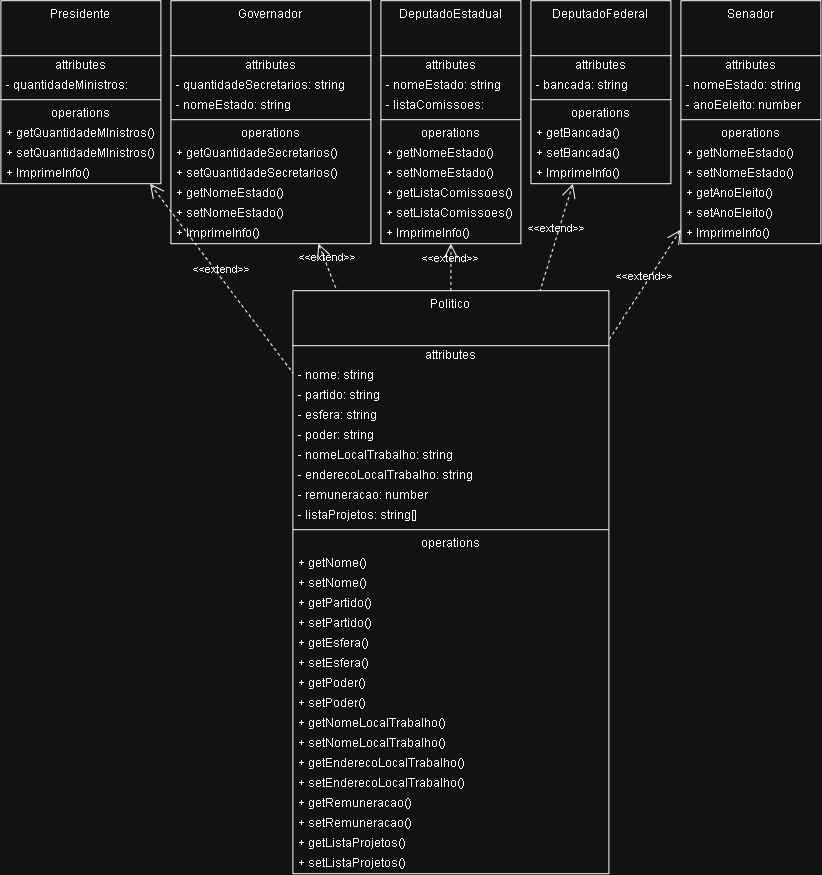
Earlier version of the draw.io export Atividade_POO.drawio.png (marcioalan7/Atividade_POO). Source tidied: cells renumbered, new cells last; positions are measured from the earlier drawing's top-left corner, leaving out a move shared by most shapes.
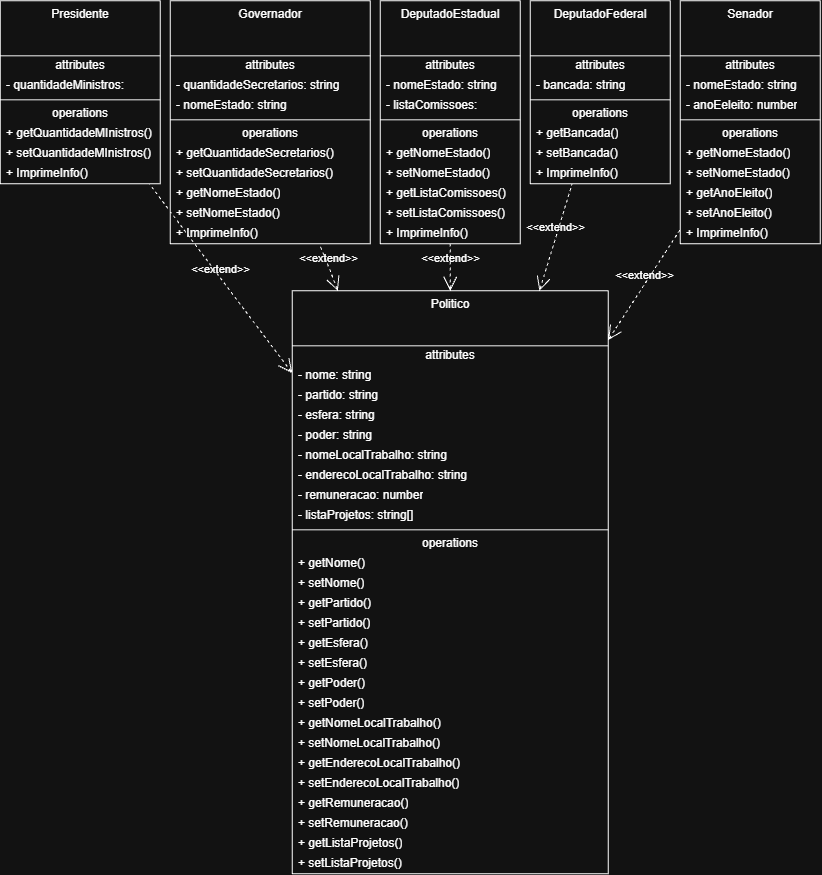
The same diagram one commit later.

Diff of the diagram source:
```diff
@@ -233,19 +233,23 @@
     <mxCell id="78" value="+ setListaProjetos()" style="text;html=1;strokeColor=none;fillColor=none;align=left;verticalAlign=middle;spacingLeft=4;spacingRight=4;overflow=hidden;whiteSpace=wrap;" parent="51" vertex="1">
       <mxGeometry y="563" width="316" height="20" as="geometry" />
     </mxCell>
-    <mxCell id="79" value="&amp;lt;&amp;lt;extend&amp;gt;&amp;gt;" style="edgeStyle=none;html=1;startArrow=open;endArrow=none;startSize=12;verticalAlign=bottom;dashed=1;labelBackgroundColor=none;rounded=0;" parent="1" edge="1" source="43" target="51">
+    <mxCell id="79" value="&amp;lt;&amp;lt;extend&amp;gt;&amp;gt;" style="edgeStyle=none;html=1;startArrow=open;endArrow=none;startSize=12;verticalAlign=bottom;dashed=1;labelBackgroundColor=none;rounded=0;" parent="1" edge="1" source="51" target="43">
       <mxGeometry relative="1" as="geometry" />
     </mxCell>
-    <mxCell id="80" value="&amp;lt;&amp;lt;extend&amp;gt;&amp;gt;" style="edgeStyle=none;html=1;startArrow=open;endArrow=none;startSize=12;verticalAlign=bottom;dashed=1;labelBackgroundColor=none;rounded=0;" parent="1" edge="1" source="32" target="51">
-      <mxGeometry relative="1" as="geometry" />
+    <mxCell id="80" value="&amp;lt;&amp;lt;extend&amp;gt;&amp;gt;" style="edgeStyle=none;html=1;startArrow=open;endArrow=none;startSize=12;verticalAlign=bottom;dashed=1;labelBackgroundColor=none;rounded=0;" parent="1" edge="1" source="51" target="32">
+      <mxGeometry relative="1" as="geometry">
+        <Array as="points">
+          <mxPoint x="330" y="270" />
+        </Array>
+      </mxGeometry>
     </mxCell>
-    <mxCell id="81" value="&amp;lt;&amp;lt;extend&amp;gt;&amp;gt;" style="edgeStyle=none;html=1;startArrow=open;endArrow=none;startSize=12;verticalAlign=bottom;dashed=1;labelBackgroundColor=none;rounded=0;" parent="1" edge="1" source="13" target="51">
+    <mxCell id="81" value="&amp;lt;&amp;lt;extend&amp;gt;&amp;gt;" style="edgeStyle=none;html=1;startArrow=open;endArrow=none;startSize=12;verticalAlign=bottom;dashed=1;labelBackgroundColor=none;rounded=0;" parent="1" edge="1" source="51" target="13">
       <mxGeometry relative="1" as="geometry" />
     </mxCell>
-    <mxCell id="82" value="&amp;lt;&amp;lt;extend&amp;gt;&amp;gt;" style="edgeStyle=none;html=1;startArrow=open;endArrow=none;startSize=12;verticalAlign=bottom;dashed=1;labelBackgroundColor=none;rounded=0;" parent="1" edge="1" source="2" target="51">
+    <mxCell id="82" value="&amp;lt;&amp;lt;extend&amp;gt;&amp;gt;" style="edgeStyle=none;html=1;startArrow=open;endArrow=none;startSize=12;verticalAlign=bottom;dashed=1;labelBackgroundColor=none;rounded=0;" parent="1" edge="1" source="51" target="2">
       <mxGeometry relative="1" as="geometry" />
     </mxCell>
-    <mxCell id="83" value="&amp;lt;&amp;lt;extend&amp;gt;&amp;gt;" style="edgeStyle=none;html=1;startArrow=open;endArrow=none;startSize=12;verticalAlign=bottom;dashed=1;labelBackgroundColor=none;rounded=0;" parent="1" edge="1" source="21" target="51">
+    <mxCell id="83" value="&amp;lt;&amp;lt;extend&amp;gt;&amp;gt;" style="edgeStyle=none;html=1;startArrow=open;endArrow=none;startSize=12;verticalAlign=bottom;dashed=1;labelBackgroundColor=none;rounded=0;" parent="1" edge="1" source="51" target="21">
       <mxGeometry relative="1" as="geometry" />
     </mxCell>
   </root>
```
